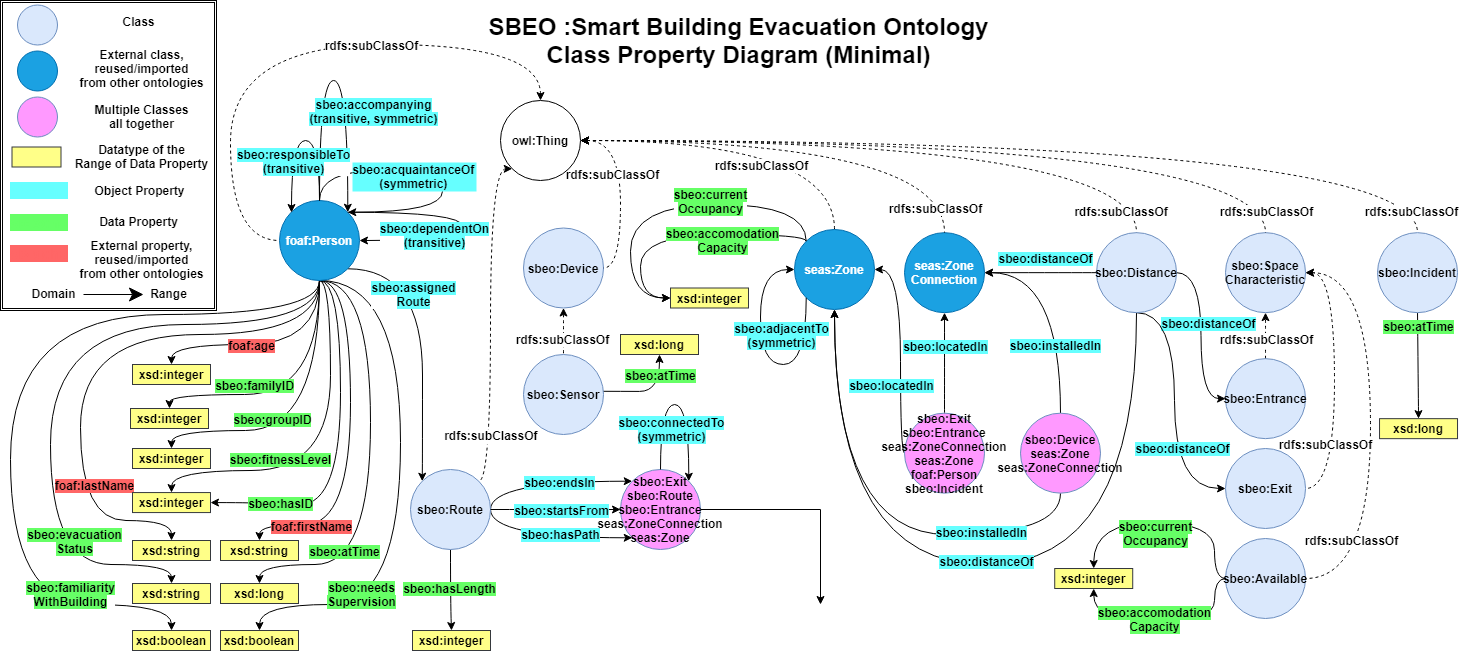
This is Figures/SBEO_Class_Property_Diagram_Minimal.png from qasimkhalid/SBEO, a draw.io export, as it was before one commit. Source tidied: cells renumbered, new cells last; positions are measured from the earlier drawing's top-left corner, leaving out a move shared by most shapes.
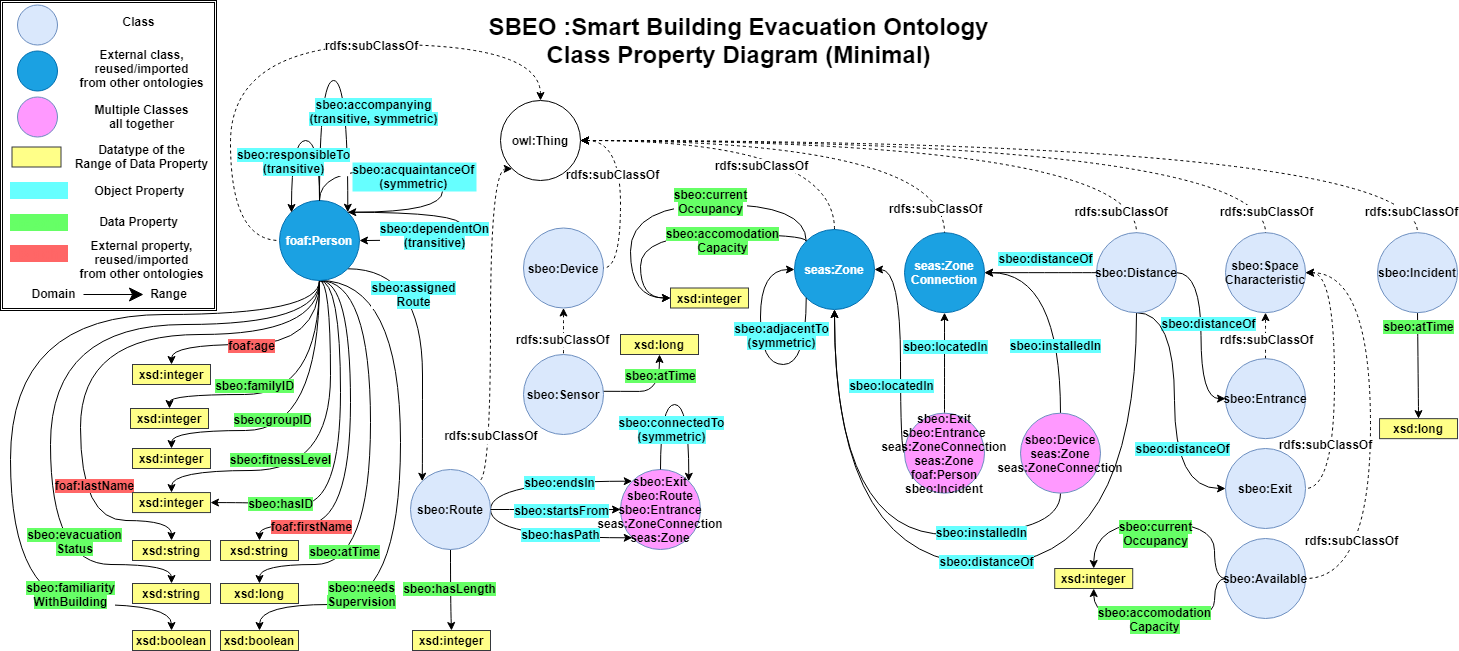
Later version of the same file.

The edit, as a diff of the source:
```diff
@@ -619,11 +619,6 @@
         <mxPoint x="1" y="-26.3" as="offset" />
       </mxGeometry>
     </mxCell>
-    <mxCell id="112" style="edgeStyle=orthogonalEdgeStyle;rounded=0;jettySize=auto;html=1;" parent="1" edge="1" source="113">
-      <mxGeometry relative="1" as="geometry">
-        <mxPoint x="820" y="604" as="targetPoint" />
-      </mxGeometry>
-    </mxCell>
     <mxCell id="113" value="sbeo:Exit&lt;br&gt;sbeo:Route&lt;br&gt;sbeo:Entrance&lt;br&gt;seas:ZoneConnection&lt;br&gt;seas:Zone" style="ellipse;whiteSpace=wrap;html=1;fillColor=#FF99FF;strokeColor=#6c8ebf;rounded=0;labelBackgroundColor=none;align=center;fontStyle=1;" parent="1" vertex="1">
       <mxGeometry x="620" y="469" width="80" height="80" as="geometry" />
     </mxCell>
```
